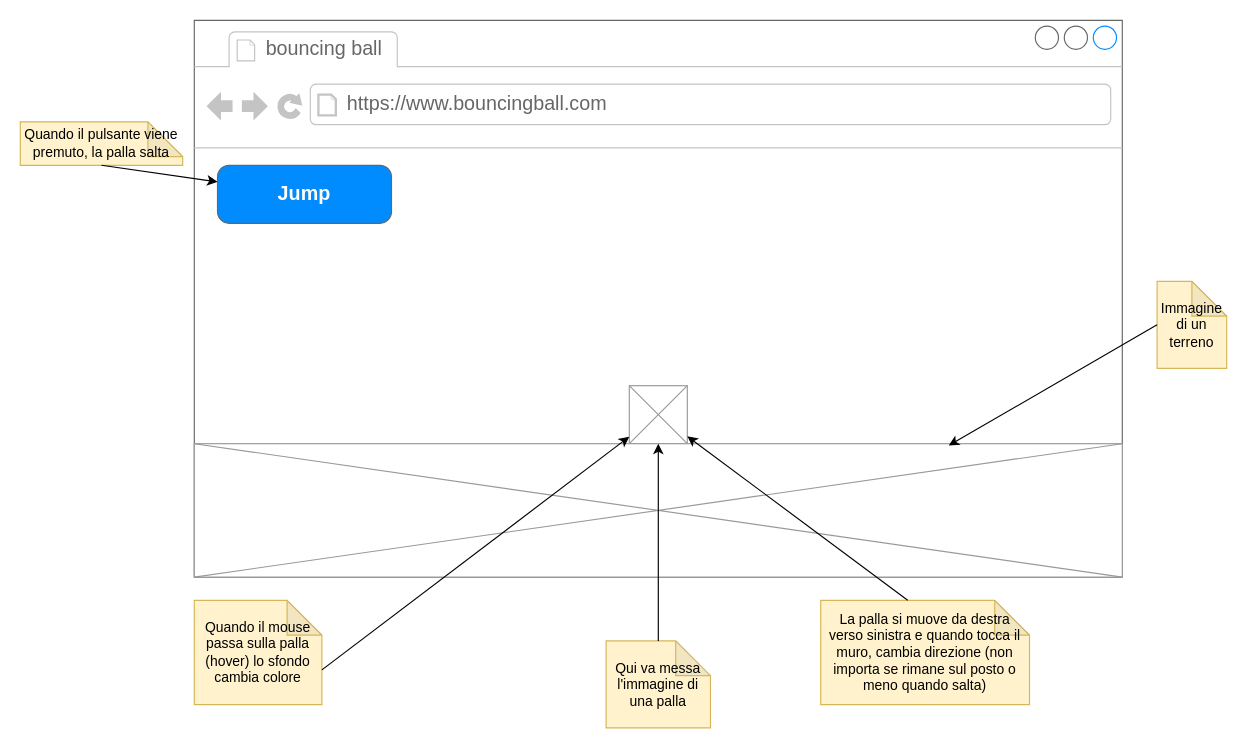
Above: bouncing-ball.drawio in CuriousCI/2021-info-HTML5 (draw.io), before the change. Source tidied: cells renumbered, new cells numbered last; positions are measured from the earlier drawing's top-left corner, leaving out a move shared by most shapes. Both pictures are drawn from the tidied source at 116%, with x=0, y=0 at pixel (20, 20).
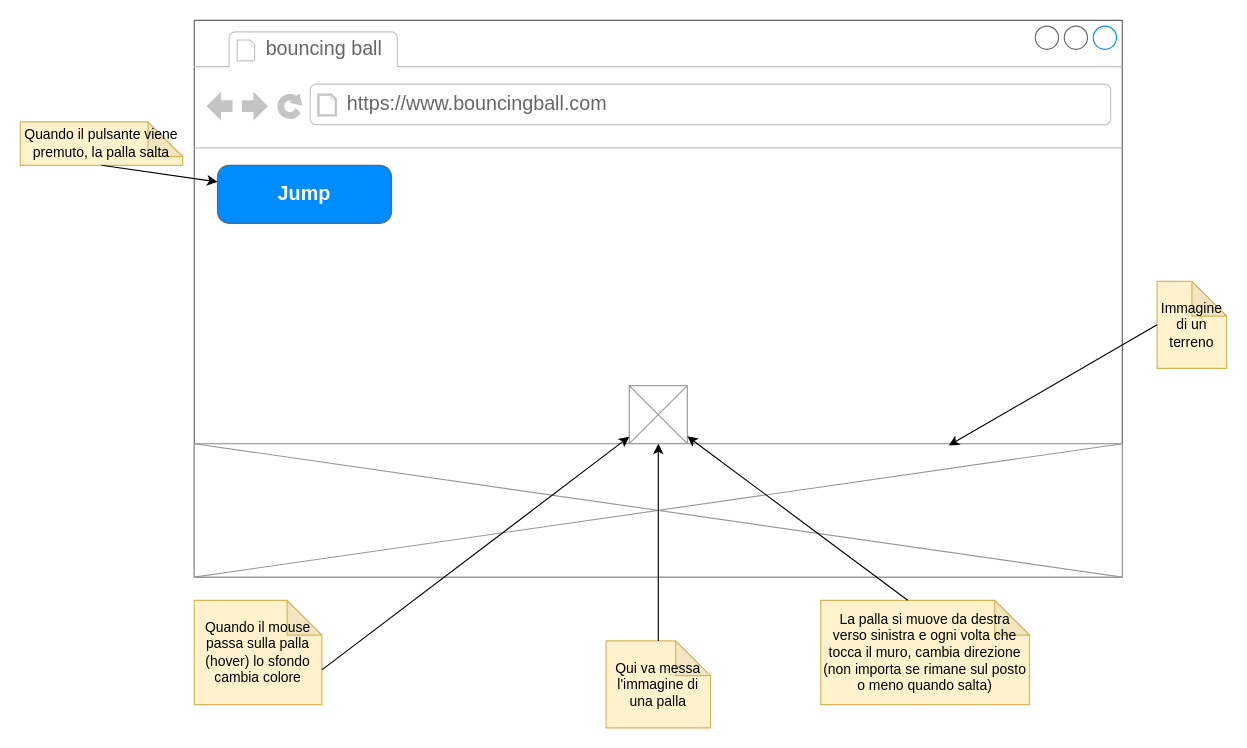
The same diagram, later.

Commit message:
changed behavior description bouncing-ball.drawio

The edit, as a diff of the source:
```diff
@@
 <mxGraphModel>
   <root>
     <mxCell id="0" />
     <mxCell id="1" parent="0" />
     <mxCell id="2" style="strokeWidth=1;shadow=0;dashed=0;align=center;html=1;shape=mxgraph.mockup.containers.browserWindow;rSize=0;strokeColor=#666666;strokeColor2=#008cff;strokeColor3=#c4c4c4;mainText=,;" parent="1" vertex="1">
       <mxGeometry x="150" width="800" height="480" as="geometry" />
     </mxCell>
     <mxCell id="3" value="bouncing ball" style="strokeWidth=1;shadow=0;dashed=0;align=center;html=1;shape=mxgraph.mockup.containers.anchor;fontSize=17;fontColor=#666666;align=left;" parent="2" vertex="1">
       <mxGeometry x="60" y="12" width="110" height="26" as="geometry" />
     </mxCell>
     <mxCell id="4" value="https://www.bouncingball.com" style="strokeWidth=1;shadow=0;dashed=0;align=center;html=1;shape=mxgraph.mockup.containers.anchor;rSize=0;fontSize=17;fontColor=#666666;align=left;" parent="2" vertex="1">
       <mxGeometry x="130" y="60" width="250" height="26" as="geometry" />
     </mxCell>
     <mxCell id="5" style="verticalLabelPosition=bottom;shadow=0;dashed=0;align=center;html=1;verticalAlign=top;strokeWidth=1;shape=mxgraph.mockup.graphics.simpleIcon;strokeColor=#999999;" parent="2" vertex="1">
       <mxGeometry x="375" y="315" width="50" height="50" as="geometry" />
     </mxCell>
     <mxCell id="6" style="verticalLabelPosition=bottom;shadow=0;dashed=0;align=center;html=1;verticalAlign=top;strokeWidth=1;shape=mxgraph.mockup.graphics.simpleIcon;strokeColor=#999999;" parent="2" vertex="1">
       <mxGeometry y="365" width="800" height="115" as="geometry" />
     </mxCell>
     <mxCell id="7" value="Jump" style="strokeWidth=1;shadow=0;dashed=0;align=center;html=1;shape=mxgraph.mockup.buttons.button;strokeColor=#666666;fontColor=#ffffff;mainText=;buttonStyle=round;fontSize=17;fontStyle=1;fillColor=#008cff;whiteSpace=wrap;" parent="2" vertex="1">
       <mxGeometry x="20" y="125" width="150" height="50" as="geometry" />
     </mxCell>
     <mxCell id="8" value="Qui va messa l'immagine di una palla" style="shape=note;whiteSpace=wrap;html=1;backgroundOutline=1;darkOpacity=0.05;fillColor=#fff2cc;strokeColor=#d6b656;" parent="1" vertex="1">
       <mxGeometry x="505" y="535" width="90" height="75" as="geometry" />
     </mxCell>
     <mxCell id="9" style="endArrow=classic;html=1;exitX=0.5;exitY=0;exitDx=0;exitDy=0;exitPerimeter=0;" parent="1" edge="1" source="8" target="5">
       <mxGeometry relative="1" as="geometry" />
     </mxCell>
     <mxCell id="10" value="Immagine di un terreno" style="shape=note;whiteSpace=wrap;html=1;backgroundOutline=1;darkOpacity=0.05;fillColor=#fff2cc;strokeColor=#d6b656;" parent="1" vertex="1">
       <mxGeometry x="980" y="225" width="60" height="75" as="geometry" />
     </mxCell>
     <mxCell id="11" style="endArrow=classic;html=1;entryX=0.813;entryY=0.014;entryDx=0;entryDy=0;entryPerimeter=0;exitX=0;exitY=0.5;exitDx=0;exitDy=0;exitPerimeter=0;" parent="1" edge="1" source="10" target="6">
       <mxGeometry relative="1" as="geometry" />
     </mxCell>
     <mxCell id="12" value="Quando il pulsante viene premuto, la palla salta" style="shape=note;whiteSpace=wrap;html=1;backgroundOutline=1;darkOpacity=0.05;fillColor=#fff2cc;strokeColor=#d6b656;" parent="1" vertex="1">
       <mxGeometry y="87.5" width="140" height="37.5" as="geometry" />
     </mxCell>
     <mxCell id="13" style="endArrow=classic;html=1;exitX=0.5;exitY=1;exitDx=0;exitDy=0;exitPerimeter=0;" parent="1" edge="1" source="12" target="7">
       <mxGeometry relative="1" as="geometry" />
     </mxCell>
-    <mxCell id="14" value="La palla si muove da destra verso sinistra e quando tocca il muro, cambia direzione (non importa se rimane sul posto o meno quando salta)" style="shape=note;whiteSpace=wrap;html=1;backgroundOutline=1;darkOpacity=0.05;fillColor=#fff2cc;strokeColor=#d6b656;" parent="1" vertex="1">
+    <mxCell id="14" value="La palla si muove da destra verso sinistra e ogni volta che tocca il muro, cambia direzione (non importa se rimane sul posto o meno quando salta)" style="shape=note;whiteSpace=wrap;html=1;backgroundOutline=1;darkOpacity=0.05;fillColor=#fff2cc;strokeColor=#d6b656;" parent="1" vertex="1">
       <mxGeometry x="690" y="500" width="180" height="90" as="geometry" />
     </mxCell>
     <mxCell id="15" style="endArrow=classic;html=1;exitX=0;exitY=0;exitDx=75;exitDy=0;exitPerimeter=0;" parent="1" edge="1" source="14" target="5">
       <mxGeometry relative="1" as="geometry" />
     </mxCell>
     <mxCell id="16" value="Quando il mouse passa sulla palla (hover) lo sfondo cambia colore" style="shape=note;whiteSpace=wrap;html=1;backgroundOutline=1;darkOpacity=0.05;fillColor=#fff2cc;strokeColor=#d6b656;" parent="1" vertex="1">
       <mxGeometry x="150" y="500" width="110" height="90" as="geometry" />
     </mxCell>
     <mxCell id="17" style="endArrow=classic;html=1;exitX=0;exitY=0;exitDx=110;exitDy=60;exitPerimeter=0;" parent="1" edge="1" source="16" target="5">
       <mxGeometry relative="1" as="geometry" />
     </mxCell>
   </root>
 </mxGraphModel>
```
